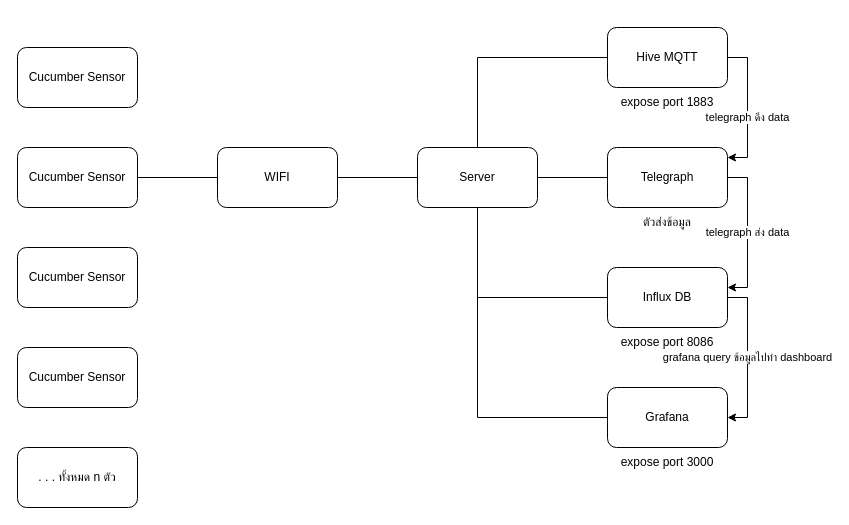
Before: docs/drawio/techstack/iot_tech_stack.drawio in ssszZ-TH/IoTPlantVibe, a draw.io diagram. Source tidied: cells renumbered, new cells numbered last; positions are measured from the earlier drawing's top-left corner, leaving out a move shared by most shapes. Both pictures are drawn from the tidied source at 100%, with x=0, y=0 at pixel (17, 27). Pictures stored in the file or linked from it are replaced by grey dashed boxes.
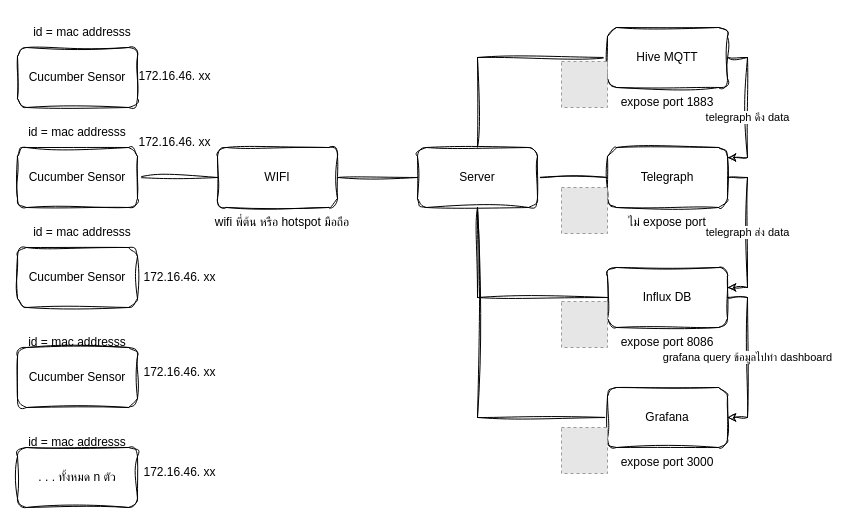
The same diagram, later.

What changed in the source:
```diff
@@
-    <mxCell id="2" style="edgeStyle=orthogonalEdgeStyle;rounded=0;jettySize=auto;html=1;endArrow=none;endFill=0;" parent="1" edge="1" source="3" target="5">
+    <mxCell id="2" style="edgeStyle=orthogonalEdgeStyle;rounded=0;jettySize=auto;html=1;endArrow=none;endFill=0;sketch=1;curveFitting=1;jiggle=2;" parent="1" edge="1" source="3" target="5">
       <mxGeometry relative="1" as="geometry" />
     </mxCell>
-    <mxCell id="3" value="Cucumber Sensor" style="rounded=1;whiteSpace=wrap;html=1;" parent="1" vertex="1">
+    <mxCell id="3" value="Cucumber Sensor" style="rounded=1;whiteSpace=wrap;html=1;sketch=1;curveFitting=1;jiggle=2;" parent="1" vertex="1">
       <mxGeometry y="120" width="120" height="60" as="geometry" />
     </mxCell>
-    <mxCell id="4" style="edgeStyle=orthogonalEdgeStyle;rounded=0;jettySize=auto;html=1;endArrow=none;endFill=0;" parent="1" edge="1" source="5" target="10">
+    <mxCell id="4" style="edgeStyle=orthogonalEdgeStyle;rounded=0;jettySize=auto;html=1;endArrow=none;endFill=0;sketch=1;curveFitting=1;jiggle=2;" parent="1" edge="1" source="5" target="10">
       <mxGeometry relative="1" as="geometry" />
     </mxCell>
-    <mxCell id="5" value="WIFI" style="rounded=1;whiteSpace=wrap;html=1;" parent="1" vertex="1">
+    <mxCell id="5" value="WIFI" style="rounded=1;whiteSpace=wrap;html=1;sketch=1;curveFitting=1;jiggle=2;" parent="1" vertex="1">
       <mxGeometry x="200" y="120" width="120" height="60" as="geometry" />
     </mxCell>
-    <mxCell id="6" style="edgeStyle=orthogonalEdgeStyle;rounded=0;jettySize=auto;html=1;endArrow=none;endFill=0;" parent="1" edge="1" source="10" target="12">
+    <mxCell id="6" style="edgeStyle=orthogonalEdgeStyle;rounded=0;jettySize=auto;html=1;endArrow=none;endFill=0;sketch=1;curveFitting=1;jiggle=2;" parent="1" edge="1" source="10" target="12">
       <mxGeometry relative="1" as="geometry">
         <Array as="points">
           <mxPoint x="460" y="30" />
         </Array>
       </mxGeometry>
     </mxCell>
-    <mxCell id="7" style="edgeStyle=orthogonalEdgeStyle;rounded=0;jettySize=auto;html=1;endArrow=none;endFill=0;" parent="1" edge="1" source="10" target="14">
+    <mxCell id="7" style="edgeStyle=orthogonalEdgeStyle;rounded=0;jettySize=auto;html=1;endArrow=none;endFill=0;sketch=1;curveFitting=1;jiggle=2;" parent="1" edge="1" source="10" target="14">
       <mxGeometry relative="1" as="geometry" />
     </mxCell>
-    <mxCell id="8" style="edgeStyle=orthogonalEdgeStyle;rounded=0;jettySize=auto;html=1;endArrow=none;endFill=0;" parent="1" edge="1" source="10" target="16">
+    <mxCell id="8" style="edgeStyle=orthogonalEdgeStyle;rounded=0;jettySize=auto;html=1;endArrow=none;endFill=0;sketch=1;curveFitting=1;jiggle=2;" parent="1" edge="1" source="10" target="16">
       <mxGeometry relative="1" as="geometry">
         <Array as="points">
           <mxPoint x="460" y="270" />
         </Array>
       </mxGeometry>
     </mxCell>
-    <mxCell id="9" style="edgeStyle=orthogonalEdgeStyle;rounded=0;jettySize=auto;html=1;endArrow=none;endFill=0;" parent="1" edge="1" source="10" target="17">
+    <mxCell id="9" style="edgeStyle=orthogonalEdgeStyle;rounded=0;jettySize=auto;html=1;endArrow=none;endFill=0;sketch=1;curveFitting=1;jiggle=2;" parent="1" edge="1" source="10" target="17">
       <mxGeometry relative="1" as="geometry">
         <Array as="points">
           <mxPoint x="460" y="390" />
         </Array>
       </mxGeometry>
     </mxCell>
-    <mxCell id="10" value="Server" style="rounded=1;whiteSpace=wrap;html=1;" parent="1" vertex="1">
+    <mxCell id="10" value="Server" style="rounded=1;whiteSpace=wrap;html=1;sketch=1;curveFitting=1;jiggle=2;" parent="1" vertex="1">
       <mxGeometry x="400" y="120" width="120" height="60" as="geometry" />
     </mxCell>
-    <mxCell id="11" value="telegraph ดึง data" style="edgeStyle=orthogonalEdgeStyle;rounded=0;jettySize=auto;html=1;" parent="1" edge="1" source="12" target="14">
+    <mxCell id="11" value="telegraph ดึง data" style="edgeStyle=orthogonalEdgeStyle;rounded=0;jettySize=auto;html=1;sketch=1;curveFitting=1;jiggle=2;" parent="1" edge="1" source="12" target="14">
       <mxGeometry x="0.14" relative="1" as="geometry">
         <Array as="points">
           <mxPoint x="730" y="30" />
           <mxPoint x="730" y="130" />
         </Array>
       </mxGeometry>
     </mxCell>
-    <mxCell id="12" value="Hive MQTT" style="rounded=1;whiteSpace=wrap;html=1;" parent="1" vertex="1">
+    <mxCell id="12" value="Hive MQTT" style="rounded=1;whiteSpace=wrap;html=1;sketch=1;curveFitting=1;jiggle=2;" parent="1" vertex="1">
       <mxGeometry x="590" width="120" height="60" as="geometry" />
     </mxCell>
-    <mxCell id="13" value="telegraph ส่ง data" style="edgeStyle=orthogonalEdgeStyle;rounded=0;jettySize=auto;html=1;" parent="1" edge="1" source="14" target="16">
+    <mxCell id="13" value="telegraph ส่ง data" style="edgeStyle=orthogonalEdgeStyle;rounded=0;jettySize=auto;html=1;sketch=1;curveFitting=1;jiggle=2;" parent="1" edge="1" source="14" target="16">
       <mxGeometry relative="1" as="geometry">
         <Array as="points">
           <mxPoint x="730" y="150" />
           <mxPoint x="730" y="260" />
         </Array>
       </mxGeometry>
     </mxCell>
-    <mxCell id="14" value="Telegraph" style="rounded=1;whiteSpace=wrap;html=1;" parent="1" vertex="1">
+    <mxCell id="14" value="Telegraph" style="rounded=1;whiteSpace=wrap;html=1;sketch=1;curveFitting=1;jiggle=2;" parent="1" vertex="1">
       <mxGeometry x="590" y="120" width="120" height="60" as="geometry" />
     </mxCell>
-    <mxCell id="15" value="grafana query ข้อมูลไปทำ dashboard" style="edgeStyle=orthogonalEdgeStyle;rounded=0;jettySize=auto;html=1;" parent="1" edge="1" source="16" target="17">
+    <mxCell id="15" value="grafana query ข้อมูลไปทำ dashboard" style="edgeStyle=orthogonalEdgeStyle;rounded=0;jettySize=auto;html=1;sketch=1;curveFitting=1;jiggle=2;" parent="1" edge="1" source="16" target="17">
       <mxGeometry relative="1" as="geometry">
         <Array as="points">
           <mxPoint x="730" y="270" />
           <mxPoint x="730" y="390" />
         </Array>
       </mxGeometry>
     </mxCell>
-    <mxCell id="16" value="Influx DB" style="rounded=1;whiteSpace=wrap;html=1;" parent="1" vertex="1">
+    <mxCell id="16" value="Influx DB" style="rounded=1;whiteSpace=wrap;html=1;sketch=1;curveFitting=1;jiggle=2;" parent="1" vertex="1">
       <mxGeometry x="590" y="240" width="120" height="60" as="geometry" />
     </mxCell>
-    <mxCell id="17" value="Grafana" style="rounded=1;whiteSpace=wrap;html=1;" parent="1" vertex="1">
+    <mxCell id="17" value="Grafana" style="rounded=1;whiteSpace=wrap;html=1;sketch=1;curveFitting=1;jiggle=2;" parent="1" vertex="1">
       <mxGeometry x="590" y="360" width="120" height="60" as="geometry" />
     </mxCell>
-    <mxCell id="18" value="expose port 1883" style="text;html=1;align=center;verticalAlign=middle;whiteSpace=wrap;rounded=0;" parent="1" vertex="1">
+    <mxCell id="18" value="expose port 1883" style="text;html=1;align=center;verticalAlign=middle;whiteSpace=wrap;rounded=0;sketch=1;curveFitting=1;jiggle=2;" parent="1" vertex="1">
       <mxGeometry x="585" y="60" width="130" height="30" as="geometry" />
     </mxCell>
-    <mxCell id="19" value="expose port 8086" style="text;html=1;align=center;verticalAlign=middle;whiteSpace=wrap;rounded=0;" parent="1" vertex="1">
+    <mxCell id="19" value="expose port 8086" style="text;html=1;align=center;verticalAlign=middle;whiteSpace=wrap;rounded=0;sketch=1;curveFitting=1;jiggle=2;" parent="1" vertex="1">
       <mxGeometry x="585" y="300" width="130" height="30" as="geometry" />
     </mxCell>
-    <mxCell id="20" value="expose port 3000" style="text;html=1;align=center;verticalAlign=middle;whiteSpace=wrap;rounded=0;" parent="1" vertex="1">
+    <mxCell id="20" value="expose port 3000" style="text;html=1;align=center;verticalAlign=middle;whiteSpace=wrap;rounded=0;sketch=1;curveFitting=1;jiggle=2;" parent="1" vertex="1">
       <mxGeometry x="585" y="420" width="130" height="30" as="geometry" />
     </mxCell>
-    <mxCell id="21" value="ตัวส่งข้อมูล" style="text;html=1;align=center;verticalAlign=middle;whiteSpace=wrap;rounded=0;" parent="1" vertex="1">
-      <mxGeometry x="620" y="180" width="60" height="30" as="geometry" />
+    <mxCell id="21" value="ไม่ expose port" style="text;html=1;align=center;verticalAlign=middle;whiteSpace=wrap;rounded=0;sketch=1;curveFitting=1;jiggle=2;" parent="1" vertex="1">
+      <mxGeometry x="605" y="180" width="90" height="30" as="geometry" />
     </mxCell>
-    <mxCell id="22" value="Cucumber Sensor" style="rounded=1;whiteSpace=wrap;html=1;" parent="1" vertex="1">
+    <mxCell id="22" value="Cucumber Sensor" style="rounded=1;whiteSpace=wrap;html=1;sketch=1;curveFitting=1;jiggle=2;" parent="1" vertex="1">
       <mxGeometry y="220" width="120" height="60" as="geometry" />
     </mxCell>
-    <mxCell id="23" value="Cucumber Sensor" style="rounded=1;whiteSpace=wrap;html=1;" parent="1" vertex="1">
+    <mxCell id="23" value="Cucumber Sensor" style="rounded=1;whiteSpace=wrap;html=1;sketch=1;curveFitting=1;jiggle=2;" parent="1" vertex="1">
       <mxGeometry y="320" width="120" height="60" as="geometry" />
     </mxCell>
-    <mxCell id="24" value="Cucumber Sensor" style="rounded=1;whiteSpace=wrap;html=1;" parent="1" vertex="1">
+    <mxCell id="24" value="Cucumber Sensor" style="rounded=1;whiteSpace=wrap;html=1;sketch=1;curveFitting=1;jiggle=2;" parent="1" vertex="1">
       <mxGeometry y="20" width="120" height="60" as="geometry" />
     </mxCell>
-    <mxCell id="25" value=". . . ทั้งหมด n ตัว" style="rounded=1;whiteSpace=wrap;html=1;" parent="1" vertex="1">
+    <mxCell id="25" value=". . . ทั้งหมด n ตัว" style="rounded=1;whiteSpace=wrap;html=1;sketch=1;curveFitting=1;jiggle=2;" parent="1" vertex="1">
       <mxGeometry y="420" width="120" height="60" as="geometry" />
     </mxCell>
+    <mxCell id="26" style="fillColor=#E6E6E6;strokeColor=#999999;dashed=1;verticalLabelPosition=bottom;labelBackgroundColor=default;verticalAlign=top;" parent="1" vertex="1">
+      <mxGeometry x="544" y="400" width="46" height="46" as="geometry" />
+    </mxCell>
+    <mxCell id="27" style="fillColor=#E6E6E6;strokeColor=#999999;dashed=1;verticalLabelPosition=bottom;labelBackgroundColor=default;verticalAlign=top;" parent="1" vertex="1">
+      <mxGeometry x="544" y="274" width="46" height="46" as="geometry" />
+    </mxCell>
+    <mxCell id="28" style="fillColor=#E6E6E6;strokeColor=#999999;dashed=1;verticalLabelPosition=bottom;labelBackgroundColor=default;verticalAlign=top;" parent="1" vertex="1">
+      <mxGeometry x="544" y="160" width="46" height="46" as="geometry" />
+    </mxCell>
+    <mxCell id="29" style="fillColor=#E6E6E6;strokeColor=#999999;dashed=1;verticalLabelPosition=bottom;labelBackgroundColor=default;verticalAlign=top;" parent="1" vertex="1">
+      <mxGeometry x="544" y="34" width="46" height="46" as="geometry" />
+    </mxCell>
+    <mxCell id="30" value="id = mac addresss" style="text;html=1;align=center;verticalAlign=middle;whiteSpace=wrap;rounded=0;" parent="1" vertex="1">
+      <mxGeometry x="10" y="-10" width="110" height="30" as="geometry" />
+    </mxCell>
+    <mxCell id="31" value="id = mac addresss" style="text;html=1;align=center;verticalAlign=middle;whiteSpace=wrap;rounded=0;" parent="1" vertex="1">
+      <mxGeometry x="5" y="90" width="110" height="30" as="geometry" />
+    </mxCell>
+    <mxCell id="32" value="id = mac addresss" style="text;html=1;align=center;verticalAlign=middle;whiteSpace=wrap;rounded=0;" parent="1" vertex="1">
+      <mxGeometry x="10" y="190" width="110" height="30" as="geometry" />
+    </mxCell>
+    <mxCell id="33" value="id = mac addresss" style="text;html=1;align=center;verticalAlign=middle;whiteSpace=wrap;rounded=0;" parent="1" vertex="1">
+      <mxGeometry x="5" y="300" width="110" height="30" as="geometry" />
+    </mxCell>
+    <mxCell id="34" value="id = mac addresss" style="text;html=1;align=center;verticalAlign=middle;whiteSpace=wrap;rounded=0;" parent="1" vertex="1">
+      <mxGeometry x="5" y="400" width="110" height="30" as="geometry" />
+    </mxCell>
+    <mxCell id="35" value="172.16.46. xx" style="text;html=1;align=center;verticalAlign=middle;whiteSpace=wrap;rounded=0;" parent="1" vertex="1">
+      <mxGeometry x="120" y="34" width="75" height="30" as="geometry" />
+    </mxCell>
+    <mxCell id="36" value="172.16.46. xx" style="text;html=1;align=center;verticalAlign=middle;whiteSpace=wrap;rounded=0;" parent="1" vertex="1">
+      <mxGeometry x="120" y="100" width="75" height="30" as="geometry" />
+    </mxCell>
+    <mxCell id="37" value="172.16.46. xx" style="text;html=1;align=center;verticalAlign=middle;whiteSpace=wrap;rounded=0;" parent="1" vertex="1">
+      <mxGeometry x="125" y="235" width="75" height="30" as="geometry" />
+    </mxCell>
+    <mxCell id="38" value="172.16.46. xx" style="text;html=1;align=center;verticalAlign=middle;whiteSpace=wrap;rounded=0;" parent="1" vertex="1">
+      <mxGeometry x="125" y="330" width="75" height="30" as="geometry" />
+    </mxCell>
+    <mxCell id="39" value="172.16.46. xx" style="text;html=1;align=center;verticalAlign=middle;whiteSpace=wrap;rounded=0;" parent="1" vertex="1">
+      <mxGeometry x="125" y="430" width="75" height="30" as="geometry" />
+    </mxCell>
+    <mxCell id="40" value="wifi พี่ต้น หรือ hotspot มือถือ" style="text;html=1;align=center;verticalAlign=middle;whiteSpace=wrap;rounded=0;" parent="1" vertex="1">
+      <mxGeometry x="190" y="180" width="150" height="30" as="geometry" />
+    </mxCell>
```
